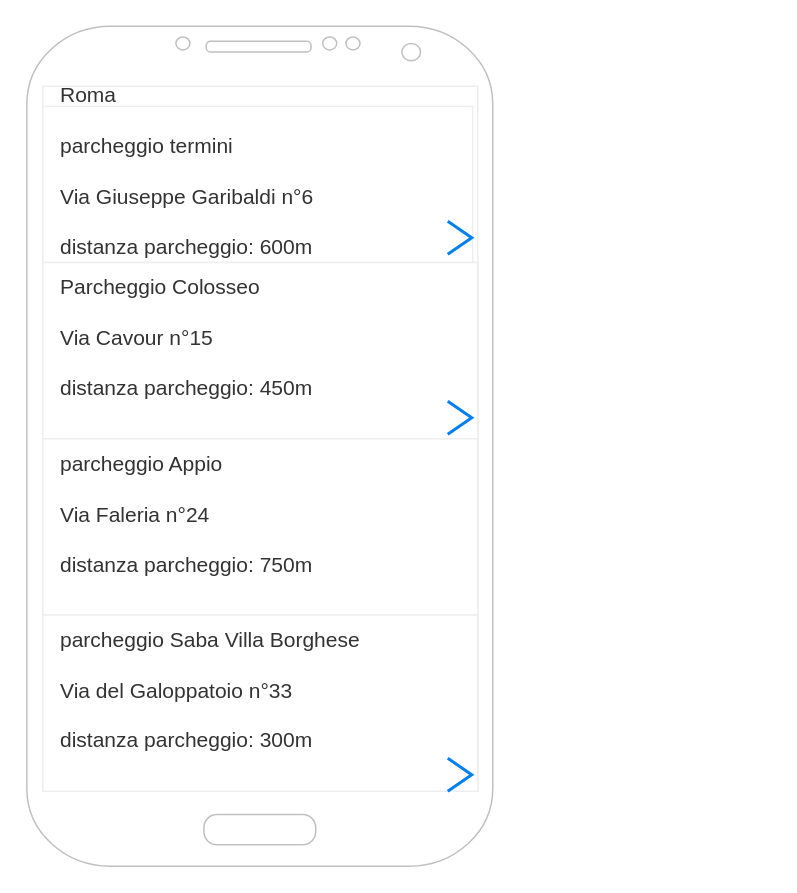
Earlier version of the draw.io diagram Wireframe.drawio (Marcociocci/2020-21-webdesign-verifica). Source tidied: cells renumbered, new cells numbered last; positions are measured from the earlier drawing's top-left corner, leaving out a move shared by most shapes. Both pictures are drawn from the tidied source at 150%, with x=0, y=0 at pixel (26, 26).
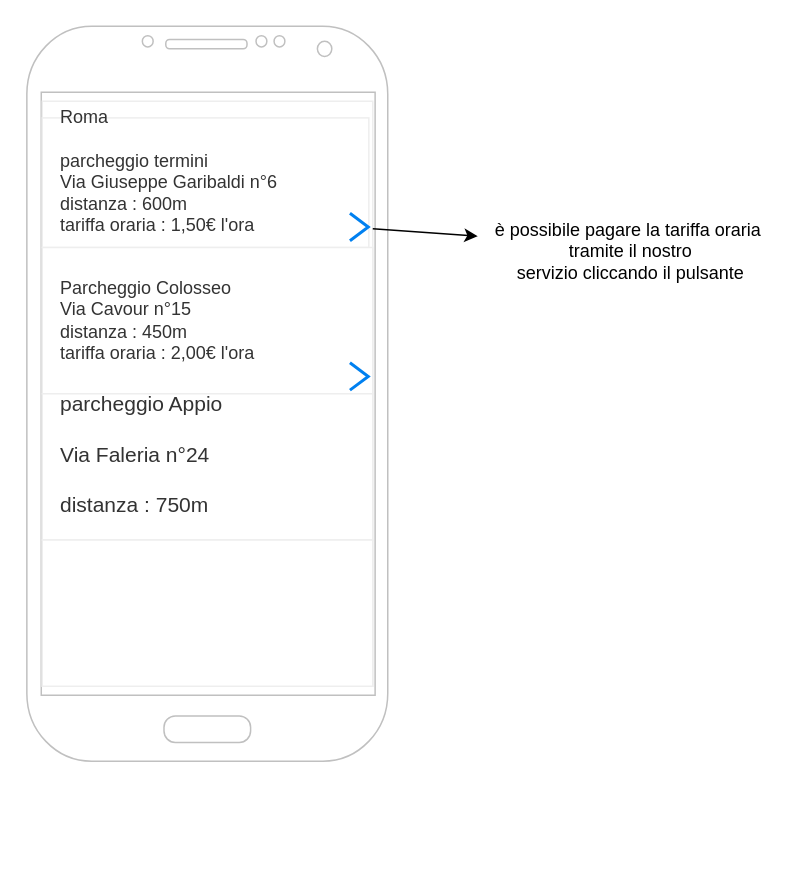
The same diagram, later.

What changed in the source:
```diff
@@
 <mxGraphModel>
   <root>
     <mxCell id="0" />
     <mxCell id="1" parent="0" />
     <mxCell id="2" style="verticalLabelPosition=bottom;verticalAlign=top;html=1;shadow=0;dashed=0;strokeWidth=1;shape=mxgraph.android.phone2;strokeColor=#c0c0c0;" parent="1" vertex="1">
-      <mxGeometry x="0.4" width="310.6" height="560" as="geometry" />
+      <mxGeometry x="0.4" width="240.6" height="490" as="geometry" />
     </mxCell>
     <mxCell id="3" style="strokeWidth=1;html=1;shadow=0;dashed=0;shape=mxgraph.android.rrect;rSize=0;strokeColor=#eeeeee;fillColor=#ffffff;gradientColor=none;" parent="1" vertex="1">
-      <mxGeometry x="11" y="40" width="290" height="470" as="geometry" />
+      <mxGeometry x="10.7" y="50" width="220.3" height="390" as="geometry" />
     </mxCell>
-    <mxCell id="4" value="&lt;span style=&quot;font-size: 14px&quot;&gt;Roma&lt;br&gt;&lt;br&gt;parcheggio termini&lt;br&gt;&lt;br&gt;Via Giuseppe Garibaldi n°6&lt;br&gt;&lt;br&gt;distanza parcheggio: 600m&lt;br&gt;&lt;br&gt;&lt;/span&gt;" style="strokeColor=inherit;fillColor=inherit;gradientColor=inherit;strokeWidth=1;html=1;shadow=0;dashed=0;shape=mxgraph.android.rrect;rSize=0;align=left;spacingLeft=10;fontSize=8;fontColor=#333333;" parent="3" vertex="1">
-      <mxGeometry y="13.4" width="286.6" height="104.1" as="geometry" />
+    <mxCell id="4" value="&lt;font style=&quot;font-size: 12px&quot;&gt;Roma&lt;br&gt;&lt;br&gt;parcheggio termini&lt;br&gt;Via Giuseppe Garibaldi n°6&lt;br&gt;distanza : 600m&lt;br&gt;tariffa oraria : 1,50€ l'ora&amp;nbsp;&lt;br&gt;&lt;br&gt;&lt;/font&gt;" style="strokeColor=inherit;fillColor=inherit;gradientColor=inherit;strokeWidth=1;html=1;shadow=0;dashed=0;shape=mxgraph.android.rrect;rSize=0;align=left;spacingLeft=10;fontSize=8;fontColor=#333333;" parent="3" vertex="1">
+      <mxGeometry y="11.1" width="217.7" height="86.4" as="geometry" />
     </mxCell>
-    <mxCell id="5" value="&lt;span style=&quot;font-size: 14px&quot;&gt;Parcheggio Colosseo&lt;br&gt;&lt;br&gt;Via Cavour n°15&lt;br&gt;&lt;br&gt;distanza parcheggio: 450m&lt;br&gt;&lt;br&gt;&lt;/span&gt;" style="strokeColor=inherit;fillColor=inherit;gradientColor=inherit;strokeWidth=1;html=1;shadow=0;dashed=0;shape=mxgraph.android.rrect;rSize=0;align=left;spacingLeft=10;fontSize=8;fontColor=#333333;" parent="3" vertex="1">
-      <mxGeometry y="117.5" width="290" height="117.5" as="geometry" />
+    <mxCell id="5" value="&lt;font style=&quot;font-size: 12px&quot;&gt;Parcheggio Colosseo&lt;br&gt;Via Cavour n°15&lt;br&gt;distanza : 450m&lt;br&gt;tariffa oraria : 2,00€ l'ora&lt;br&gt;&lt;/font&gt;" style="strokeColor=inherit;fillColor=inherit;gradientColor=inherit;strokeWidth=1;html=1;shadow=0;dashed=0;shape=mxgraph.android.rrect;rSize=0;align=left;spacingLeft=10;fontSize=8;fontColor=#333333;" parent="3" vertex="1">
+      <mxGeometry y="97.5" width="220.3" height="97.5" as="geometry" />
     </mxCell>
-    <mxCell id="6" value="&lt;font style=&quot;font-size: 14px&quot;&gt;parcheggio Appio&lt;br&gt;&lt;br&gt;Via Faleria n°24&lt;br&gt;&lt;br&gt;distanza parcheggio: 750m&lt;br&gt;&lt;br&gt;&lt;/font&gt;" style="strokeColor=inherit;fillColor=inherit;gradientColor=inherit;strokeWidth=1;html=1;shadow=0;dashed=0;shape=mxgraph.android.rrect;rSize=0;align=left;spacingLeft=10;fontSize=8;fontColor=#333333;" parent="3" vertex="1">
-      <mxGeometry y="235" width="290" height="117.5" as="geometry" />
+    <mxCell id="6" value="&lt;font style=&quot;font-size: 14px&quot;&gt;parcheggio Appio&lt;br&gt;&lt;br&gt;Via Faleria n°24&lt;br&gt;&lt;br&gt;distanza : 750m&lt;br&gt;&lt;br&gt;&lt;/font&gt;" style="strokeColor=inherit;fillColor=inherit;gradientColor=inherit;strokeWidth=1;html=1;shadow=0;dashed=0;shape=mxgraph.android.rrect;rSize=0;align=left;spacingLeft=10;fontSize=8;fontColor=#333333;" parent="3" vertex="1">
+      <mxGeometry y="195" width="220.3" height="97.5" as="geometry" />
     </mxCell>
-    <mxCell id="7" value="&lt;font style=&quot;font-size: 14px&quot;&gt;parcheggio Saba Villa Borghese&lt;br&gt;&lt;br&gt;Via del Galoppatoio n°33&lt;br&gt;&lt;br&gt;distanza parcheggio: 300m&lt;br&gt;&lt;br&gt;&lt;/font&gt;" style="strokeColor=inherit;fillColor=inherit;gradientColor=inherit;strokeWidth=1;html=1;shadow=0;dashed=0;shape=mxgraph.android.rrect;rSize=0;align=left;spacingLeft=10;fontSize=8;fontColor=#333333;" parent="3" vertex="1">
-      <mxGeometry y="352.5" width="290" height="117.5" as="geometry" />
+    <mxCell id="7" value="&lt;font style=&quot;font-size: 14px&quot;&gt;&lt;br&gt;&lt;/font&gt;" style="strokeColor=inherit;fillColor=inherit;gradientColor=inherit;strokeWidth=1;html=1;shadow=0;dashed=0;shape=mxgraph.android.rrect;rSize=0;align=left;spacingLeft=10;fontSize=8;fontColor=#333333;" parent="3" vertex="1">
+      <mxGeometry y="292.5" width="220.3" height="97.5" as="geometry" />
     </mxCell>
     <mxCell id="8" style="html=1;verticalLabelPosition=bottom;labelBackgroundColor=#ffffff;verticalAlign=top;shadow=0;dashed=0;strokeWidth=2;shape=mxgraph.ios7.misc.right;strokeColor=#0080f0;" parent="3" vertex="1">
-      <mxGeometry x="270" y="90" width="16" height="22" as="geometry" />
+      <mxGeometry x="205.1" y="74.7" width="12.2" height="18.3" as="geometry" />
     </mxCell>
     <mxCell id="9" style="html=1;verticalLabelPosition=bottom;labelBackgroundColor=#ffffff;verticalAlign=top;shadow=0;dashed=0;strokeWidth=2;shape=mxgraph.ios7.misc.right;strokeColor=#0080f0;" parent="3" vertex="1">
-      <mxGeometry x="270" y="210" width="16" height="22" as="geometry" />
+      <mxGeometry x="205.1" y="174.3" width="12.2" height="18.3" as="geometry" />
     </mxCell>
-    <mxCell id="10" style="html=1;verticalLabelPosition=bottom;labelBackgroundColor=#ffffff;verticalAlign=top;shadow=0;dashed=0;strokeWidth=2;shape=mxgraph.ios7.misc.right;strokeColor=#0080f0;" parent="3" vertex="1">
-      <mxGeometry x="270" y="448" width="16" height="22" as="geometry" />
-    </mxCell>
+    <mxCell id="11" value="è possibile pagare la tariffa oraria&lt;br&gt;&amp;nbsp;tramite il nostro&lt;br&gt;&amp;nbsp;servizio cliccando il pulsante" style="text;html=1;align=center;verticalAlign=middle;" parent="1" vertex="1">
+      <mxGeometry x="306" y="125" width="190" height="50" as="geometry" />
+    </mxCell>
+    <mxCell id="12" style="endArrow=classic;html=1;" parent="1" edge="1">
+      <mxGeometry relative="1" as="geometry">
+        <mxPoint x="231" y="135" as="sourcePoint" />
+        <mxPoint x="301" y="140" as="targetPoint" />
+      </mxGeometry>
+    </mxCell>
   </root>
 </mxGraphModel>
```
